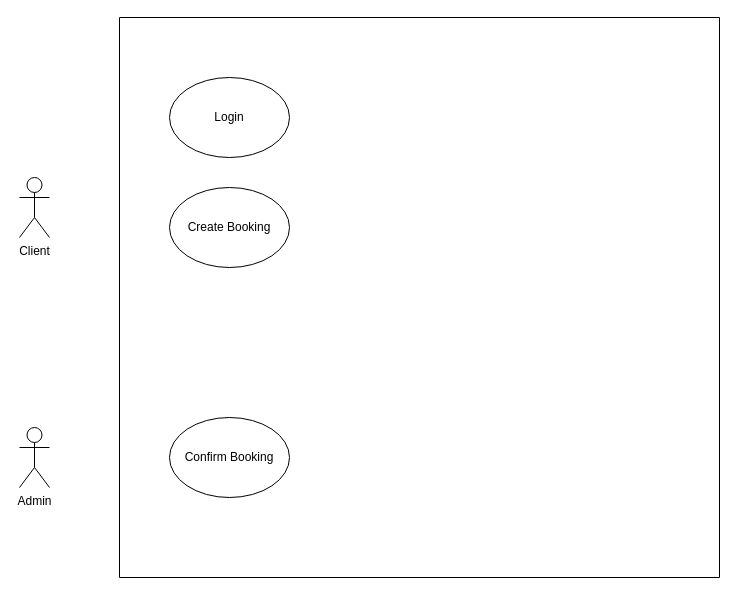
This is resources/useCaseDiagram.drawio from keyboard-jo/java-project, a draw.io file, before an edit. Source tidied: cells renumbered, new cells numbered last; positions are measured from the earlier drawing's top-left corner, leaving out a move shared by most shapes. Both pictures are drawn from the tidied source at 100%, with x=0, y=0 at pixel (19, 17).
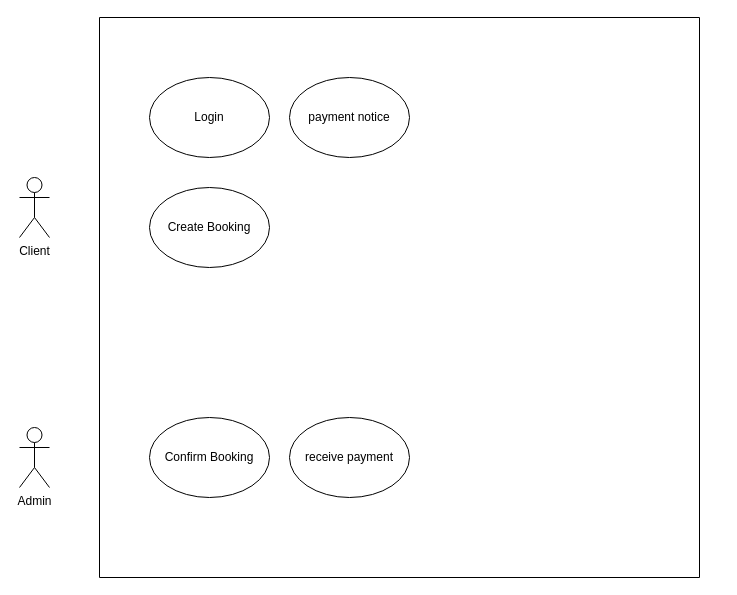
Above is the later version.

The edit, as a diff of the source:
```diff
@@
 <mxGraphModel>
   <root>
     <mxCell id="0" />
     <mxCell id="1" parent="0" />
     <mxCell id="2" style="swimlane;startSize=0;" parent="1" vertex="1">
-      <mxGeometry x="100" width="600" height="560" as="geometry" />
+      <mxGeometry x="80" width="600" height="560" as="geometry" />
     </mxCell>
     <mxCell id="3" value="Login" style="ellipse;whiteSpace=wrap;html=1;" parent="2" vertex="1">
       <mxGeometry x="50" y="60" width="120" height="80" as="geometry" />
     </mxCell>
     <mxCell id="4" value="Create Booking" style="ellipse;whiteSpace=wrap;html=1;" parent="2" vertex="1">
       <mxGeometry x="50" y="170" width="120" height="80" as="geometry" />
     </mxCell>
     <mxCell id="5" value="Confirm Booking" style="ellipse;whiteSpace=wrap;html=1;" parent="2" vertex="1">
       <mxGeometry x="50" y="400" width="120" height="80" as="geometry" />
     </mxCell>
+    <mxCell id="8" value="payment notice" style="ellipse;whiteSpace=wrap;html=1;" parent="2" vertex="1">
+      <mxGeometry x="190" y="60" width="120" height="80" as="geometry" />
+    </mxCell>
+    <mxCell id="9" value="receive payment" style="ellipse;whiteSpace=wrap;html=1;" parent="2" vertex="1">
+      <mxGeometry x="190" y="400" width="120" height="80" as="geometry" />
+    </mxCell>
     <mxCell id="6" value="Client" style="shape=umlActor;verticalLabelPosition=bottom;verticalAlign=top;html=1;" parent="1" vertex="1">
       <mxGeometry y="160" width="30" height="60" as="geometry" />
     </mxCell>
     <mxCell id="7" value="Admin" style="shape=umlActor;verticalLabelPosition=bottom;verticalAlign=top;html=1;" parent="1" vertex="1">
       <mxGeometry y="410" width="30" height="60" as="geometry" />
     </mxCell>
   </root>
 </mxGraphModel>
```
